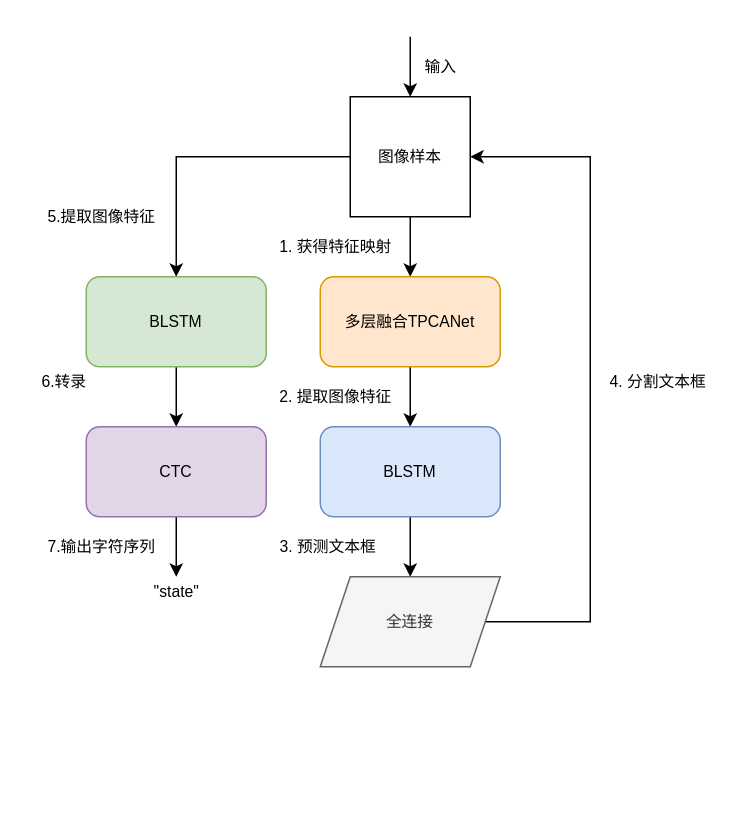
Before: 多层融合TPCANet流程图.drawio in Liz606/Liz-todos, a draw.io diagram. Source tidied: cells renumbered, new cells numbered last; positions are measured from the earlier drawing's top-left corner, leaving out a move shared by most shapes. Both pictures are drawn from the tidied source at 150%, with x=0, y=0 at pixel (26, 36).
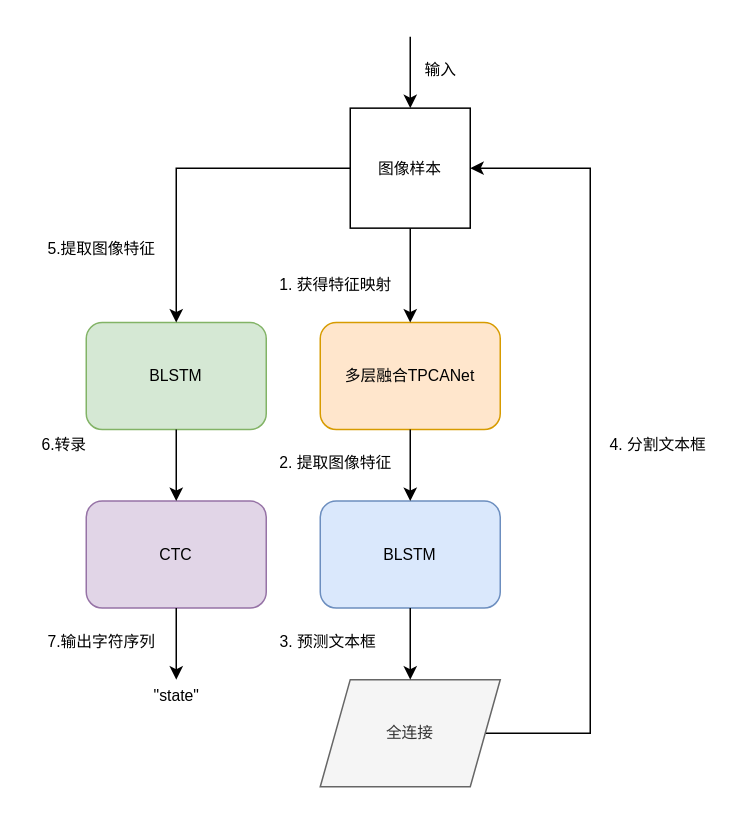
The same diagram, later.

Commit message:
更新多层融合TPCANet流程图.drawio

Change to the diagram source:
```diff
@@
-    <mxCell id="2" style="edgeStyle=orthogonalEdgeStyle;rounded=0;jettySize=auto;html=1;fontSize=10.5;" parent="1" edge="1" source="4" target="7">
-      <mxGeometry relative="1" as="geometry" />
-    </mxCell>
-    <mxCell id="3" style="edgeStyle=orthogonalEdgeStyle;rounded=0;jettySize=auto;html=1;exitX=0;exitY=0.5;exitDx=0;exitDy=0;entryX=0.5;entryY=0;entryDx=0;entryDy=0;fontSize=10.5;" parent="1" edge="1" source="4" target="17">
-      <mxGeometry relative="1" as="geometry" />
-    </mxCell>
+    <mxCell id="25" style="group;" parent="1" vertex="1">
+      <mxGeometry width="466" height="500" as="geometry" />
+    </mxCell>
-    <mxCell id="4" value="图像样本" style="whiteSpace=wrap;html=1;fontSize=10.5;" parent="1" vertex="1">
-      <mxGeometry x="216" y="40" width="80" height="80" as="geometry" />
+    <mxCell id="4" value="图像样本" style="whiteSpace=wrap;html=1;fontSize=10.5;" parent="25" vertex="1">
+      <mxGeometry x="216" y="47.6" width="80" height="80" as="geometry" />
     </mxCell>
-    <mxCell id="5" value="5.提取图像特征" style="text;html=1;align=center;verticalAlign=middle;fontSize=10.5;" parent="1" vertex="1">
-      <mxGeometry y="110" width="100" height="20" as="geometry" />
+    <mxCell id="5" value="5.提取图像特征" style="text;html=1;align=center;verticalAlign=middle;fontSize=10.5;" parent="25" vertex="1">
+      <mxGeometry y="131" width="100" height="20" as="geometry" />
     </mxCell>
+    <mxCell id="7" value="多层融合TPCANet" style="rounded=1;whiteSpace=wrap;html=1;fontSize=10.5;fillColor=#ffe6cc;strokeColor=#d79b00;" parent="25" vertex="1">
+      <mxGeometry x="196" y="190.5" width="120" height="71.4" as="geometry" />
+    </mxCell>
+    <mxCell id="2" style="edgeStyle=orthogonalEdgeStyle;rounded=0;jettySize=auto;html=1;fontSize=10.5;" parent="25" edge="1" source="4" target="7">
+      <mxGeometry relative="1" as="geometry" />
+    </mxCell>
+    <mxCell id="9" value="BLSTM" style="rounded=1;whiteSpace=wrap;html=1;fontSize=10.5;fillColor=#dae8fc;strokeColor=#6c8ebf;" parent="25" vertex="1">
+      <mxGeometry x="196" y="309.5" width="120" height="71.4" as="geometry" />
+    </mxCell>
-    <mxCell id="6" style="edgeStyle=orthogonalEdgeStyle;rounded=0;jettySize=auto;html=1;fontSize=10.5;" parent="1" edge="1" source="7" target="9">
+    <mxCell id="6" style="edgeStyle=orthogonalEdgeStyle;rounded=0;jettySize=auto;html=1;fontSize=10.5;" parent="25" edge="1" source="7" target="9">
       <mxGeometry relative="1" as="geometry" />
     </mxCell>
-    <mxCell id="7" value="多层融合TPCANet" style="rounded=1;whiteSpace=wrap;html=1;fontSize=10.5;fillColor=#ffe6cc;strokeColor=#d79b00;" parent="1" vertex="1">
-      <mxGeometry x="196" y="160" width="120" height="60" as="geometry" />
-    </mxCell>
-    <mxCell id="8" style="edgeStyle=orthogonalEdgeStyle;rounded=0;jettySize=auto;html=1;fontSize=10.5;" parent="1" edge="1" source="9" target="11">
-      <mxGeometry relative="1" as="geometry" />
-    </mxCell>
-    <mxCell id="9" value="BLSTM" style="rounded=1;whiteSpace=wrap;html=1;fontSize=10.5;fillColor=#dae8fc;strokeColor=#6c8ebf;" parent="1" vertex="1">
-      <mxGeometry x="196" y="260" width="120" height="60" as="geometry" />
-    </mxCell>
-    <mxCell id="10" style="edgeStyle=orthogonalEdgeStyle;rounded=0;jettySize=auto;html=1;exitX=1;exitY=0.5;exitDx=0;exitDy=0;entryX=1;entryY=0.5;entryDx=0;entryDy=0;fontSize=10.5;" parent="1" edge="1" source="11" target="4">
+    <mxCell id="10" style="edgeStyle=orthogonalEdgeStyle;rounded=0;jettySize=auto;html=1;exitX=1;exitY=0.5;exitDx=0;exitDy=0;entryX=1;entryY=0.5;entryDx=0;entryDy=0;fontSize=10.5;" parent="25" edge="1" source="11" target="4">
       <mxGeometry relative="1" as="geometry">
         <Array as="points">
-          <mxPoint x="376" y="390" />
-          <mxPoint x="376" y="80" />
+          <mxPoint x="376" y="464" />
+          <mxPoint x="376" y="88" />
+          <mxPoint x="296" y="88" />
         </Array>
       </mxGeometry>
     </mxCell>
-    <mxCell id="11" value="全连接" style="shape=parallelogram;perimeter=parallelogramPerimeter;whiteSpace=wrap;html=1;fixedSize=1;fontSize=10.5;fillColor=#f5f5f5;strokeColor=#666666;fontColor=#333333;" parent="1" vertex="1">
-      <mxGeometry x="196" y="360" width="120" height="60" as="geometry" />
+    <mxCell id="11" value="全连接" style="shape=parallelogram;perimeter=parallelogramPerimeter;whiteSpace=wrap;html=1;fixedSize=1;fontSize=10.5;fillColor=#f5f5f5;strokeColor=#666666;fontColor=#333333;" parent="25" vertex="1">
+      <mxGeometry x="196" y="428.6" width="120" height="71.4" as="geometry" />
     </mxCell>
+    <mxCell id="8" style="edgeStyle=orthogonalEdgeStyle;rounded=0;jettySize=auto;html=1;fontSize=10.5;" parent="25" edge="1" source="9" target="11">
+      <mxGeometry relative="1" as="geometry" />
+    </mxCell>
-    <mxCell id="12" value="&lt;span style=&quot;font-size: 10.5px;&quot;&gt;1. 获得特征映射&lt;/span&gt;" style="text;html=1;align=center;verticalAlign=middle;fontSize=10.5;" parent="1" vertex="1">
-      <mxGeometry x="156" y="130" width="100" height="20" as="geometry" />
+    <mxCell id="12" value="&lt;span style=&quot;font-size: 10.5px;&quot;&gt;1. 获得特征映射&lt;/span&gt;" style="text;html=1;align=center;verticalAlign=middle;fontSize=10.5;" parent="25" vertex="1">
+      <mxGeometry x="156" y="154.8" width="100" height="20" as="geometry" />
     </mxCell>
-    <mxCell id="13" value="&lt;span style=&quot;font-size: 10.5px;&quot;&gt;2. 提取图像特征&lt;/span&gt;" style="text;html=1;align=center;verticalAlign=middle;fontSize=10.5;" parent="1" vertex="1">
-      <mxGeometry x="156" y="230" width="100" height="20" as="geometry" />
+    <mxCell id="13" value="&lt;span style=&quot;font-size: 10.5px;&quot;&gt;2. 提取图像特征&lt;/span&gt;" style="text;html=1;align=center;verticalAlign=middle;fontSize=10.5;" parent="25" vertex="1">
+      <mxGeometry x="156" y="273.8" width="100" height="20" as="geometry" />
     </mxCell>
-    <mxCell id="14" value="&lt;span style=&quot;font-size: 10.5px;&quot;&gt;3. 预测文本框&lt;/span&gt;" style="text;html=1;align=center;verticalAlign=middle;fontSize=10.5;" parent="1" vertex="1">
-      <mxGeometry x="156" y="330" width="90" height="20" as="geometry" />
+    <mxCell id="14" value="&lt;span style=&quot;font-size: 10.5px;&quot;&gt;3. 预测文本框&lt;/span&gt;" style="text;html=1;align=center;verticalAlign=middle;fontSize=10.5;" parent="25" vertex="1">
+      <mxGeometry x="156" y="392.9" width="90" height="20" as="geometry" />
     </mxCell>
-    <mxCell id="15" value="4. 分割文本框" style="text;html=1;align=center;verticalAlign=middle;fontSize=10.5;" parent="1" vertex="1">
-      <mxGeometry x="376" y="220" width="90" height="20" as="geometry" />
+    <mxCell id="15" value="4. 分割文本框" style="text;html=1;align=center;verticalAlign=middle;fontSize=10.5;" parent="25" vertex="1">
+      <mxGeometry x="376" y="261.9" width="90" height="20" as="geometry" />
     </mxCell>
+    <mxCell id="17" value="BLSTM" style="rounded=1;whiteSpace=wrap;html=1;fontSize=10.5;fillColor=#d5e8d4;strokeColor=#82b366;" parent="25" vertex="1">
+      <mxGeometry x="40" y="190.5" width="120" height="71.4" as="geometry" />
+    </mxCell>
+    <mxCell id="3" style="edgeStyle=orthogonalEdgeStyle;rounded=0;jettySize=auto;html=1;exitX=0;exitY=0.5;exitDx=0;exitDy=0;entryX=0.5;entryY=0;entryDx=0;entryDy=0;fontSize=10.5;" parent="25" edge="1" source="4" target="17">
+      <mxGeometry relative="1" as="geometry" />
+    </mxCell>
+    <mxCell id="19" value="CTC" style="rounded=1;whiteSpace=wrap;html=1;fontSize=10.5;fillColor=#e1d5e7;strokeColor=#9673a6;" parent="25" vertex="1">
+      <mxGeometry x="40" y="309.5" width="120" height="71.4" as="geometry" />
+    </mxCell>
-    <mxCell id="16" style="edgeStyle=orthogonalEdgeStyle;rounded=0;jettySize=auto;html=1;fontSize=10.5;" parent="1" edge="1" source="17" target="19">
+    <mxCell id="16" style="edgeStyle=orthogonalEdgeStyle;rounded=0;jettySize=auto;html=1;fontSize=10.5;" parent="25" edge="1" source="17" target="19">
       <mxGeometry relative="1" as="geometry" />
     </mxCell>
-    <mxCell id="17" value="BLSTM" style="rounded=1;whiteSpace=wrap;html=1;fontSize=10.5;fillColor=#d5e8d4;strokeColor=#82b366;" parent="1" vertex="1">
-      <mxGeometry x="40" y="160" width="120" height="60" as="geometry" />
-    </mxCell>
-    <mxCell id="18" style="edgeStyle=orthogonalEdgeStyle;rounded=0;jettySize=auto;html=1;fontSize=10.5;" parent="1" edge="1" source="19" target="21">
-      <mxGeometry relative="1" as="geometry" />
-    </mxCell>
-    <mxCell id="19" value="CTC" style="rounded=1;whiteSpace=wrap;html=1;fontSize=10.5;fillColor=#e1d5e7;strokeColor=#9673a6;" parent="1" vertex="1">
-      <mxGeometry x="40" y="260" width="120" height="60" as="geometry" />
-    </mxCell>
-    <mxCell id="20" value="6.转录" style="text;html=1;align=center;verticalAlign=middle;fontSize=10.5;" parent="1" vertex="1">
-      <mxGeometry y="220" width="50" height="20" as="geometry" />
+    <mxCell id="20" value="6.转录" style="text;html=1;align=center;verticalAlign=middle;fontSize=10.5;" parent="25" vertex="1">
+      <mxGeometry y="261.9" width="50" height="20" as="geometry" />
     </mxCell>
-    <mxCell id="21" value="&quot;state&quot;" style="text;html=1;align=center;verticalAlign=middle;points=[];fontSize=10.5;" parent="1" vertex="1">
-      <mxGeometry x="75" y="360" width="50" height="20" as="geometry" />
+    <mxCell id="21" value="&quot;state&quot;" style="text;html=1;align=center;verticalAlign=middle;points=[];fontSize=10.5;" parent="25" vertex="1">
+      <mxGeometry x="75" y="428.6" width="50" height="20" as="geometry" />
     </mxCell>
+    <mxCell id="18" style="edgeStyle=orthogonalEdgeStyle;rounded=0;jettySize=auto;html=1;fontSize=10.5;" parent="25" edge="1" source="19" target="21">
+      <mxGeometry relative="1" as="geometry" />
+    </mxCell>
-    <mxCell id="22" value="7.输出字符序列" style="text;html=1;align=center;verticalAlign=middle;fontSize=10.5;" parent="1" vertex="1">
-      <mxGeometry y="330" width="100" height="20" as="geometry" />
+    <mxCell id="22" value="7.输出字符序列" style="text;html=1;align=center;verticalAlign=middle;fontSize=10.5;" parent="25" vertex="1">
+      <mxGeometry y="392.9" width="100" height="20" as="geometry" />
     </mxCell>
-    <mxCell id="23" style="endArrow=classic;html=1;fontSize=10.5;" parent="1" edge="1" target="4">
+    <mxCell id="23" style="endArrow=classic;html=1;fontSize=10.5;" parent="25" edge="1" target="4">
       <mxGeometry relative="1" as="geometry">
         <mxPoint x="256" as="sourcePoint" />
       </mxGeometry>
     </mxCell>
-    <mxCell id="24" value="输入" style="text;html=1;align=center;verticalAlign=middle;fontSize=10.5;" parent="1" vertex="1">
-      <mxGeometry x="256" y="10" width="40" height="20" as="geometry" />
+    <mxCell id="24" value="输入" style="text;html=1;align=center;verticalAlign=middle;fontSize=10.5;" parent="25" vertex="1">
+      <mxGeometry x="256" y="11.9" width="40" height="20" as="geometry" />
     </mxCell>
```
